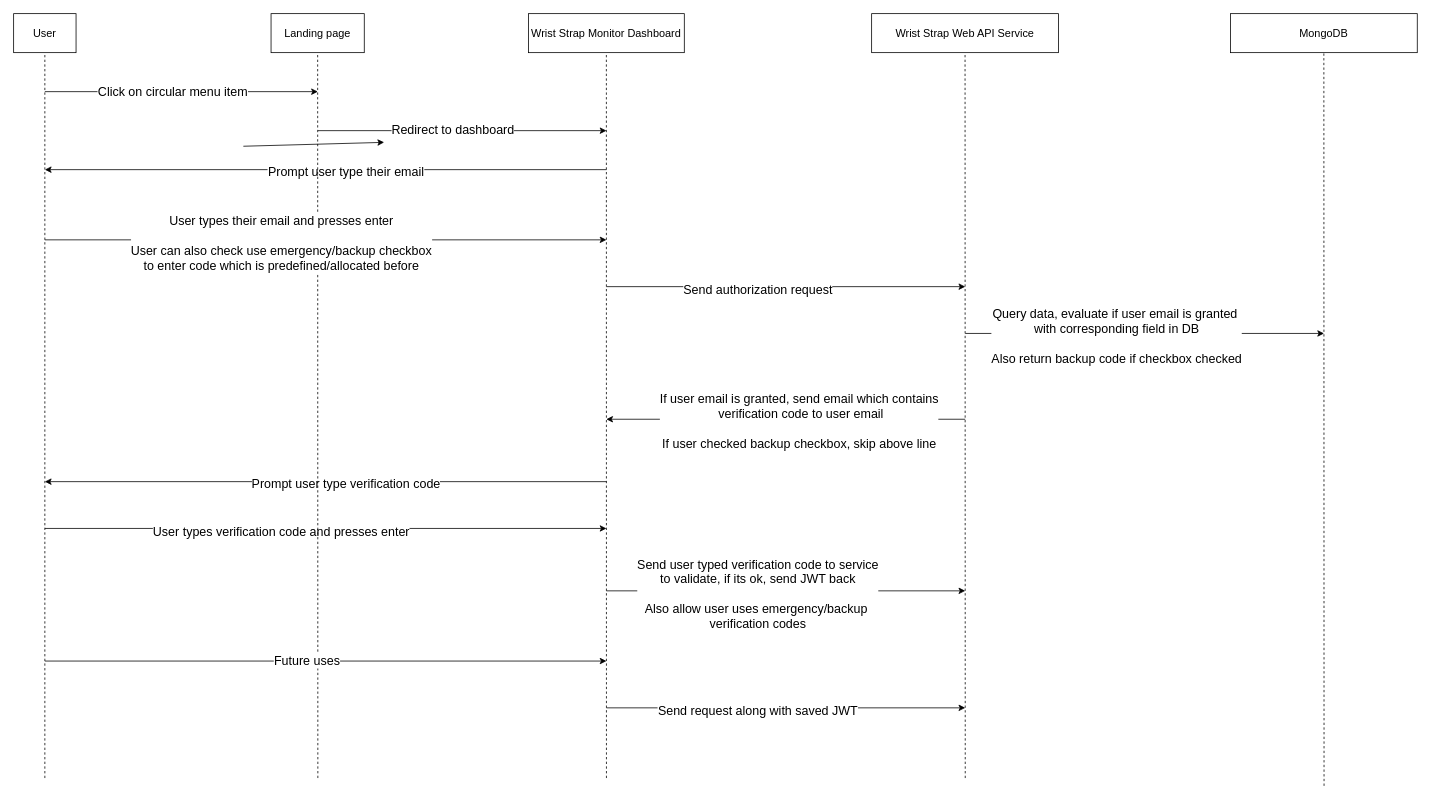
The draw.io diagram documentation/design/diagrams/Wrist Strap Monitor System - System Design.drawio in jetbrains99cents/Wrist-Strap-Monitor-System, before the edit. Source tidied: cells renumbered, new cells numbered last; positions are measured from the earlier drawing's top-left corner, leaving out a move shared by most shapes. Both pictures are drawn from the tidied source at 78%, with x=0, y=0 at pixel (13, 13).
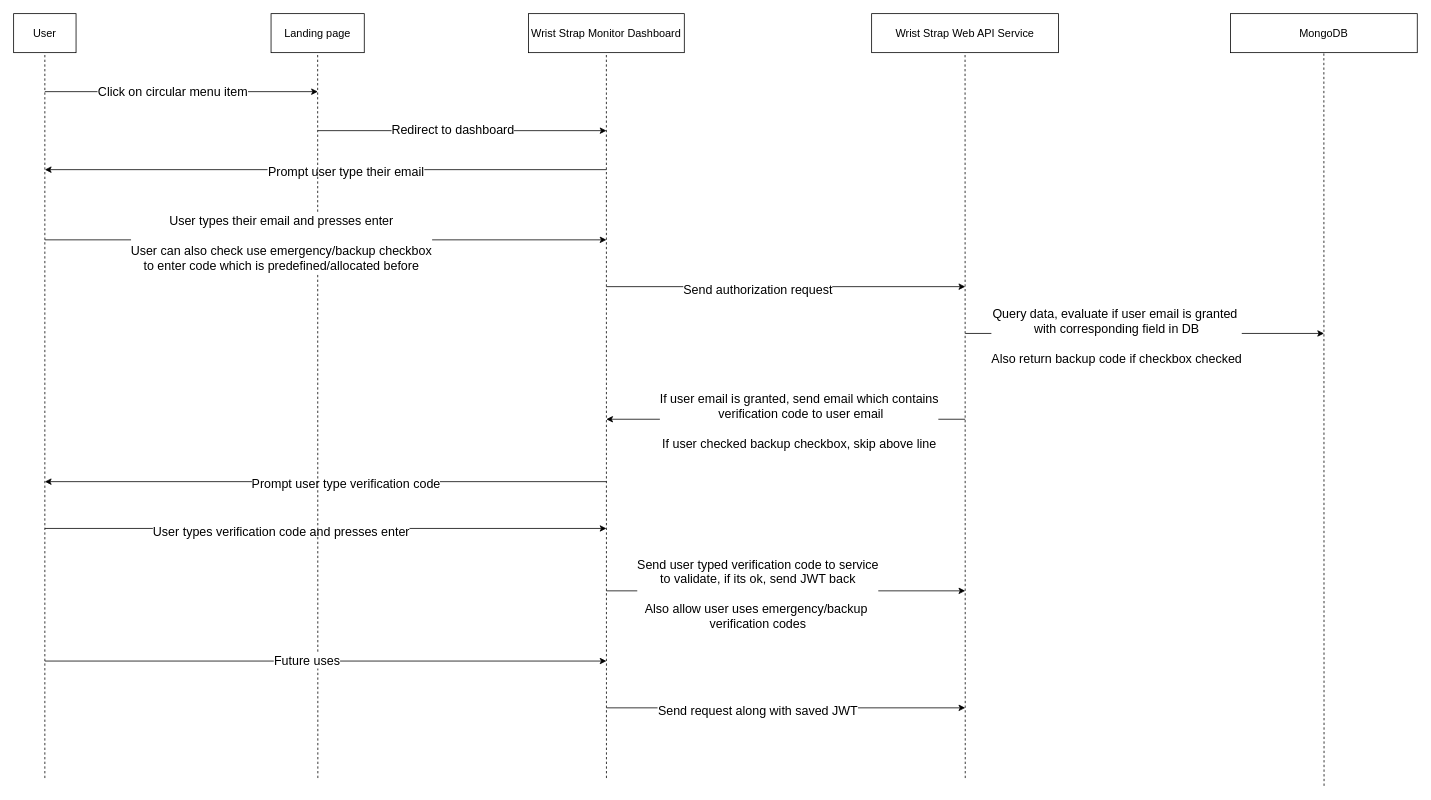
Above is the later version.

The edit, as a diff of the source:
```diff
@@
-    <mxCell id="2" style="endArrow=classic;html=1;rounded=0;entryX=0;entryY=0.5;entryDx=0;entryDy=0;exitX=1;exitY=0.5;exitDx=0;exitDy=0;" parent="1" edge="1">
-      <mxGeometry relative="1" as="geometry">
-        <mxPoint x="294.5" y="170" as="sourcePoint" />
-        <mxPoint x="475" y="165" as="targetPoint" />
-      </mxGeometry>
-    </mxCell>
```
